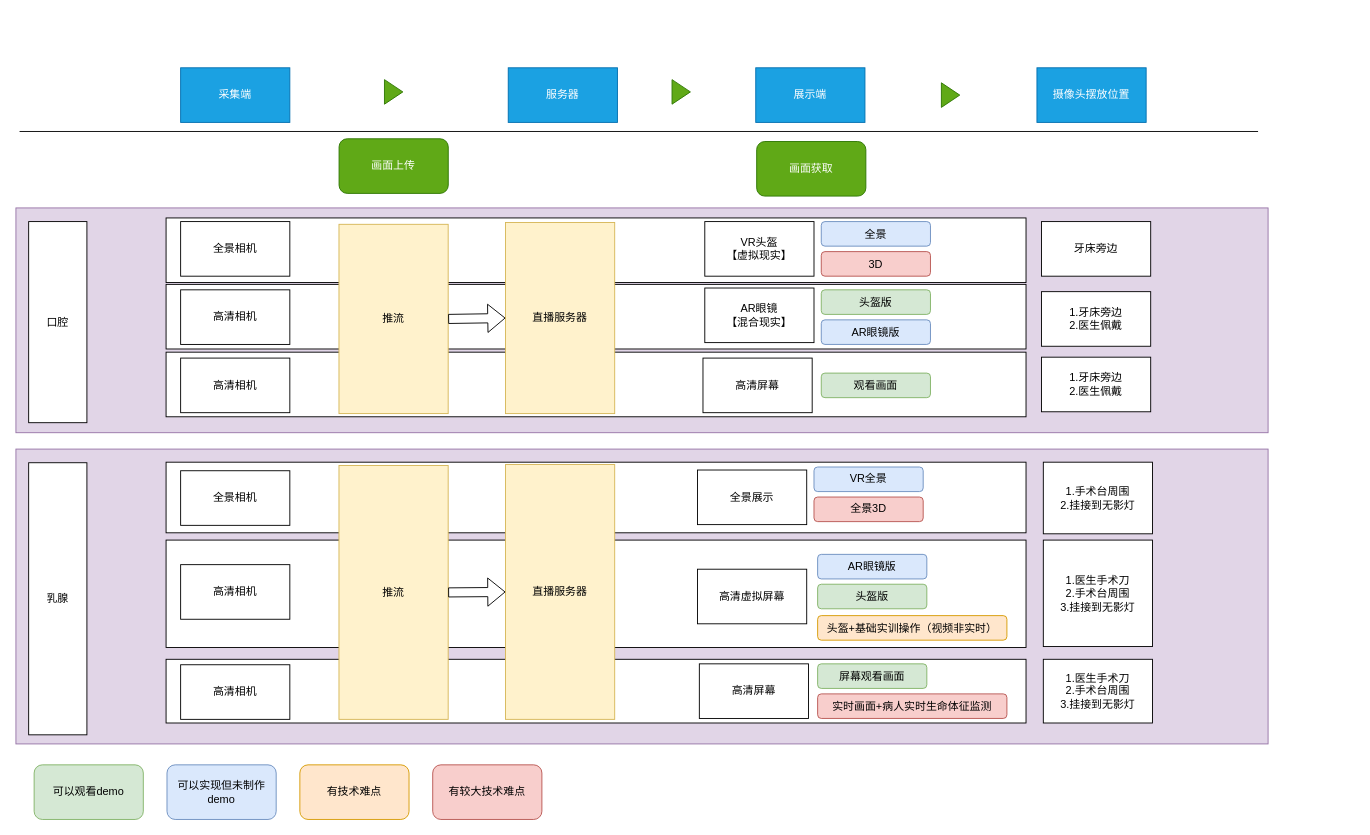
This is 未命名绘图.drawio from 15140252710/OneGithubProject, a draw.io file, before an edit. Source tidied: cells renumbered, new cells numbered last; positions are measured from the earlier drawing's top-left corner, leaving out a move shared by most shapes. Both pictures are drawn from the tidied source at 91%, with x=0, y=0 at pixel (15, 67).
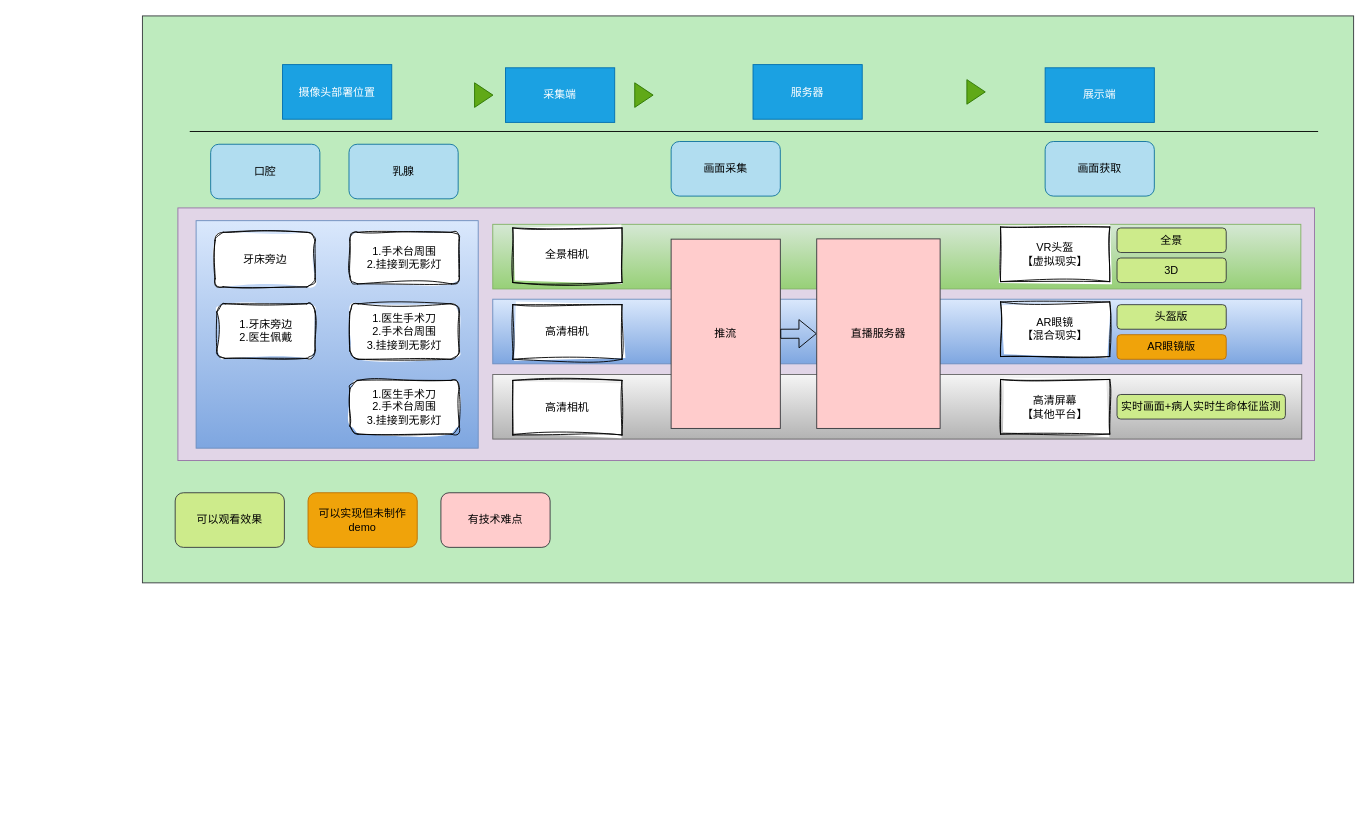
After the change.

Commit message:
更新未命名绘图.drawio

The edit, as a diff of the source:
```diff
@@
+    <mxCell id="62" style="whiteSpace=wrap;html=1;fillColor=#BEEBBE;strokeColor=#36393d;" parent="1" vertex="1">
+      <mxGeometry x="139" y="-57" width="1331" height="623" as="geometry" />
+    </mxCell>
     <mxCell id="2" value="采集端" style="rounded=0;whiteSpace=wrap;html=1;fillColor=#1ba1e2;fontColor=#ffffff;strokeColor=#006EAF;" parent="1" vertex="1">
-      <mxGeometry x="181" width="120" height="60" as="geometry" />
+      <mxGeometry x="538" width="120" height="60" as="geometry" />
     </mxCell>
     <mxCell id="3" value="服务器" style="rounded=0;whiteSpace=wrap;html=1;fillColor=#1ba1e2;fontColor=#ffffff;strokeColor=#006EAF;" parent="1" vertex="1">
-      <mxGeometry x="541" width="120" height="60" as="geometry" />
+      <mxGeometry x="810" y="-3.5" width="120" height="60" as="geometry" />
     </mxCell>
     <mxCell id="4" value="展示端" style="rounded=0;whiteSpace=wrap;html=1;fillColor=#1ba1e2;fontColor=#ffffff;strokeColor=#006EAF;" parent="1" vertex="1">
-      <mxGeometry x="813" width="120" height="60" as="geometry" />
+      <mxGeometry x="1131" width="120" height="60" as="geometry" />
     </mxCell>
-    <mxCell id="5" value="摄像头摆放位置" style="rounded=0;whiteSpace=wrap;html=1;fillColor=#1ba1e2;fontColor=#ffffff;strokeColor=#006EAF;" parent="1" vertex="1">
-      <mxGeometry x="1122" width="120" height="60" as="geometry" />
+    <mxCell id="5" value="摄像头部署位置" style="rounded=0;whiteSpace=wrap;html=1;fillColor=#1ba1e2;fontColor=#ffffff;strokeColor=#006EAF;" parent="1" vertex="1">
+      <mxGeometry x="293" y="-3.5" width="120" height="60" as="geometry" />
     </mxCell>
     <mxCell id="6" style="rounded=0;whiteSpace=wrap;html=1;fillColor=#e1d5e7;strokeColor=#9673a6;" parent="1" vertex="1">
-      <mxGeometry y="154" width="1376" height="247" as="geometry" />
+      <mxGeometry x="178" y="154" width="1249" height="277.6" as="geometry" />
     </mxCell>
-    <mxCell id="7" value="牙床旁边" style="rounded=0;whiteSpace=wrap;html=1;" parent="6" vertex="1">
-      <mxGeometry x="1127" y="15" width="120" height="60" as="geometry" />
-    </mxCell>
-    <mxCell id="8" value="1.牙床旁边&lt;br&gt;2.医生佩戴" style="rounded=0;whiteSpace=wrap;html=1;" parent="6" vertex="1">
-      <mxGeometry x="1127" y="92" width="120" height="60" as="geometry" />
-    </mxCell>
-    <mxCell id="9" value="1.牙床旁边&lt;br&gt;2.医生佩戴" style="rounded=0;whiteSpace=wrap;html=1;" parent="6" vertex="1">
-      <mxGeometry x="1127" y="164" width="120" height="60" as="geometry" />
-    </mxCell>
+    <mxCell id="12" style="rounded=0;whiteSpace=wrap;html=1;fillColor=#f5f5f5;gradientColor=#b3b3b3;strokeColor=#666666;" parent="1" vertex="1">
+      <mxGeometry x="524" y="337" width="889" height="71" as="geometry" />
+    </mxCell>
+    <mxCell id="11" style="rounded=0;whiteSpace=wrap;html=1;shadow=0;fillColor=#dae8fc;gradientColor=#7ea6e0;strokeColor=#6c8ebf;" parent="1" vertex="1">
+      <mxGeometry x="524" y="254.3" width="889" height="71" as="geometry" />
+    </mxCell>
-    <mxCell id="10" style="rounded=0;whiteSpace=wrap;html=1;" parent="6" vertex="1">
-      <mxGeometry x="165" y="11" width="945" height="71" as="geometry" />
+    <mxCell id="10" style="rounded=0;whiteSpace=wrap;html=1;fillColor=#d5e8d4;strokeColor=#82b366;gradientColor=#97d077;" parent="1" vertex="1">
+      <mxGeometry x="524" y="172" width="888" height="71" as="geometry" />
     </mxCell>
-    <mxCell id="11" style="rounded=0;whiteSpace=wrap;html=1;" parent="6" vertex="1">
-      <mxGeometry x="165" y="84" width="945" height="71" as="geometry" />
-    </mxCell>
-    <mxCell id="12" style="rounded=0;whiteSpace=wrap;html=1;" parent="6" vertex="1">
-      <mxGeometry x="165" y="158.5" width="945" height="71" as="geometry" />
-    </mxCell>
-    <mxCell id="13" value="直播服务器" style="rounded=0;whiteSpace=wrap;html=1;fillColor=#fff2cc;strokeColor=#d6b656;" parent="6" vertex="1">
-      <mxGeometry x="538" y="16" width="120" height="210" as="geometry" />
-    </mxCell>
-    <mxCell id="14" value="口腔" style="rounded=0;whiteSpace=wrap;html=1;" parent="1" vertex="1">
-      <mxGeometry x="14" y="169" width="64" height="221" as="geometry" />
-    </mxCell>
-    <mxCell id="15" value="画面上传" style="rounded=1;whiteSpace=wrap;html=1;fillColor=#60a917;fontColor=#ffffff;strokeColor=#2D7600;" parent="1" vertex="1">
-      <mxGeometry x="355.1" y="78" width="120" height="60" as="geometry" />
+    <mxCell id="15" value="画面采集" style="rounded=1;whiteSpace=wrap;html=1;fillColor=#b1ddf0;strokeColor=#10739e;" parent="1" vertex="1">
+      <mxGeometry x="720" y="81" width="120" height="60" as="geometry" />
     </mxCell>
-    <mxCell id="16" value="画面获取" style="rounded=1;whiteSpace=wrap;html=1;fillColor=#60a917;fontColor=#ffffff;strokeColor=#2D7600;" parent="1" vertex="1">
-      <mxGeometry x="814" y="81" width="120" height="60" as="geometry" />
+    <mxCell id="16" value="画面获取" style="rounded=1;whiteSpace=wrap;html=1;fillColor=#b1ddf0;strokeColor=#10739e;" parent="1" vertex="1">
+      <mxGeometry x="1131" y="81" width="120" height="60" as="geometry" />
     </mxCell>
     <mxCell id="17" style="endArrow=none;html=1;rounded=0;" parent="1" edge="1">
       <mxGeometry relative="1" as="geometry">
-        <mxPoint x="4" y="70" as="sourcePoint" />
-        <mxPoint x="1365" y="70" as="targetPoint" />
+        <mxPoint x="191" y="70" as="sourcePoint" />
+        <mxPoint x="1431" y="70" as="targetPoint" />
       </mxGeometry>
     </mxCell>
     <mxCell id="18" style="triangle;whiteSpace=wrap;html=1;fillColor=#60a917;fontColor=#ffffff;strokeColor=#2D7600;" parent="1" vertex="1">
-      <mxGeometry x="405" y="13" width="20.2" height="27" as="geometry" />
+      <mxGeometry x="680" y="16.5" width="20.2" height="27" as="geometry" />
     </mxCell>
     <mxCell id="19" style="triangle;whiteSpace=wrap;html=1;fillColor=#60a917;fontColor=#ffffff;strokeColor=#2D7600;" parent="1" vertex="1">
-      <mxGeometry x="721" y="13" width="20.2" height="27" as="geometry" />
+      <mxGeometry x="1045" y="13" width="20.2" height="27" as="geometry" />
     </mxCell>
     <mxCell id="20" style="triangle;whiteSpace=wrap;html=1;fillColor=#60a917;fontColor=#ffffff;strokeColor=#2D7600;" parent="1" vertex="1">
-      <mxGeometry x="1017" y="16.5" width="20.2" height="27" as="geometry" />
+      <mxGeometry x="504" y="16.5" width="20.2" height="27" as="geometry" />
     </mxCell>
-    <mxCell id="21" value="全景相机" style="rounded=0;whiteSpace=wrap;html=1;" parent="1" vertex="1">
-      <mxGeometry x="181" y="169" width="120" height="60" as="geometry" />
+    <mxCell id="21" value="全景相机" style="rounded=0;whiteSpace=wrap;html=1;sketch=1;curveFitting=1;jiggle=2;" parent="1" vertex="1">
+      <mxGeometry x="546" y="176" width="120" height="60" as="geometry" />
     </mxCell>
-    <mxCell id="22" value="高清相机" style="rounded=0;whiteSpace=wrap;html=1;" parent="1" vertex="1">
-      <mxGeometry x="181" y="244" width="120" height="60" as="geometry" />
+    <mxCell id="22" value="高清相机" style="rounded=0;whiteSpace=wrap;html=1;sketch=1;curveFitting=1;jiggle=2;" parent="1" vertex="1">
+      <mxGeometry x="546" y="260.3" width="120" height="60" as="geometry" />
     </mxCell>
-    <mxCell id="23" value="高清相机" style="rounded=0;whiteSpace=wrap;html=1;" parent="1" vertex="1">
-      <mxGeometry x="181" y="319" width="120" height="60" as="geometry" />
+    <mxCell id="23" value="高清相机" style="rounded=0;whiteSpace=wrap;html=1;sketch=1;curveFitting=1;jiggle=2;" parent="1" vertex="1">
+      <mxGeometry x="546" y="343.5" width="120" height="60" as="geometry" />
     </mxCell>
-    <mxCell id="24" value="推流" style="rounded=0;whiteSpace=wrap;html=1;fillColor=#fff2cc;strokeColor=#d6b656;" parent="1" vertex="1">
-      <mxGeometry x="355" y="172" width="120" height="208" as="geometry" />
+    <mxCell id="24" value="推流" style="rounded=0;whiteSpace=wrap;html=1;fillColor=#ffcccc;strokeColor=#36393d;" parent="1" vertex="1">
+      <mxGeometry x="720" y="188.3" width="120" height="208" as="geometry" />
     </mxCell>
@@
-    <mxCell id="26" value="VR头盔&lt;br&gt;【虚拟现实】" style="rounded=0;whiteSpace=wrap;html=1;" parent="1" vertex="1">
-      <mxGeometry x="757" y="169" width="120" height="60" as="geometry" />
-    </mxCell>
-    <mxCell id="27" value="全景" style="rounded=1;whiteSpace=wrap;html=1;fillColor=#dae8fc;strokeColor=#6c8ebf;" parent="1" vertex="1">
-      <mxGeometry x="885" y="169" width="120" height="27" as="geometry" />
+    <mxCell id="27" value="全景" style="rounded=1;whiteSpace=wrap;html=1;fillColor=#cdeb8b;strokeColor=#36393d;" parent="1" vertex="1">
+      <mxGeometry x="1210" y="176" width="120" height="27" as="geometry" />
     </mxCell>
-    <mxCell id="28" value="3D" style="rounded=1;whiteSpace=wrap;html=1;fillColor=#f8cecc;strokeColor=#b85450;" parent="1" vertex="1">
-      <mxGeometry x="885" y="202" width="120" height="27" as="geometry" />
+    <mxCell id="28" value="3D" style="rounded=1;whiteSpace=wrap;html=1;fillColor=#cdeb8b;strokeColor=#36393d;" parent="1" vertex="1">
+      <mxGeometry x="1210" y="209" width="120" height="27" as="geometry" />
     </mxCell>
-    <mxCell id="29" value="AR眼镜&lt;br&gt;【混合现实】" style="rounded=0;whiteSpace=wrap;html=1;" parent="1" vertex="1">
-      <mxGeometry x="757" y="242" width="120" height="60" as="geometry" />
-    </mxCell>
-    <mxCell id="30" value="头盔版" style="rounded=1;whiteSpace=wrap;html=1;fillColor=#d5e8d4;strokeColor=#82b366;" parent="1" vertex="1">
-      <mxGeometry x="885" y="244" width="120" height="27" as="geometry" />
+    <mxCell id="30" value="头盔版" style="rounded=1;whiteSpace=wrap;html=1;fillColor=#cdeb8b;strokeColor=#36393d;" parent="1" vertex="1">
+      <mxGeometry x="1210" y="260.3" width="120" height="27" as="geometry" />
     </mxCell>
-    <mxCell id="31" value="AR眼镜版" style="rounded=1;whiteSpace=wrap;html=1;fillColor=#dae8fc;strokeColor=#6c8ebf;" parent="1" vertex="1">
-      <mxGeometry x="885" y="277" width="120" height="27" as="geometry" />
+    <mxCell id="31" value="AR眼镜版" style="rounded=1;whiteSpace=wrap;html=1;fillColor=#f0a30a;strokeColor=#BD7000;fontColor=#000000;" parent="1" vertex="1">
+      <mxGeometry x="1210" y="293.3" width="120" height="27" as="geometry" />
     </mxCell>
-    <mxCell id="32" value="高清屏幕" style="rounded=0;whiteSpace=wrap;html=1;" parent="1" vertex="1">
-      <mxGeometry x="755" y="319" width="120" height="60" as="geometry" />
-    </mxCell>
-    <mxCell id="33" value="观看画面" style="rounded=1;whiteSpace=wrap;html=1;fillColor=#d5e8d4;strokeColor=#82b366;" parent="1" vertex="1">
-      <mxGeometry x="885" y="335.5" width="120" height="27" as="geometry" />
-    </mxCell>
-    <mxCell id="34" style="rounded=0;whiteSpace=wrap;html=1;fillColor=#e1d5e7;strokeColor=#9673a6;" parent="1" vertex="1">
-      <mxGeometry y="419" width="1376" height="324" as="geometry" />
-    </mxCell>
-    <mxCell id="35" value="1.手术台周围&lt;br&gt;2.挂接到无影灯" style="rounded=0;whiteSpace=wrap;html=1;" parent="34" vertex="1">
-      <mxGeometry x="1129" y="14.4" width="120" height="78.7" as="geometry" />
-    </mxCell>
-    <mxCell id="36" value="1.医生手术刀&lt;br&gt;2.手术台周围&lt;br&gt;3.挂接到无影灯" style="rounded=0;whiteSpace=wrap;html=1;" parent="34" vertex="1">
-      <mxGeometry x="1129" y="100" width="120" height="117" as="geometry" />
-    </mxCell>
-    <mxCell id="37" style="rounded=0;whiteSpace=wrap;html=1;" parent="34" vertex="1">
-      <mxGeometry x="165" y="14.4" width="945" height="77.6" as="geometry" />
-    </mxCell>
-    <mxCell id="38" style="rounded=0;whiteSpace=wrap;html=1;" parent="34" vertex="1">
-      <mxGeometry x="165" y="100" width="945" height="118" as="geometry" />
-    </mxCell>
-    <mxCell id="39" style="rounded=0;whiteSpace=wrap;html=1;" parent="34" vertex="1">
-      <mxGeometry x="165" y="231" width="945" height="70" as="geometry" />
-    </mxCell>
-    <mxCell id="40" value="直播服务器" style="rounded=0;whiteSpace=wrap;html=1;fillColor=#fff2cc;strokeColor=#d6b656;" parent="34" vertex="1">
-      <mxGeometry x="538" y="17" width="120" height="280" as="geometry" />
-    </mxCell>
-    <mxCell id="41" value="高清相机" style="rounded=0;whiteSpace=wrap;html=1;" parent="34" vertex="1">
-      <mxGeometry x="181" y="237" width="120" height="60" as="geometry" />
-    </mxCell>
-    <mxCell id="42" value="高清屏幕" style="rounded=0;whiteSpace=wrap;html=1;" parent="34" vertex="1">
-      <mxGeometry x="751" y="236" width="120" height="60" as="geometry" />
-    </mxCell>
-    <mxCell id="43" value="屏幕观看画面" style="rounded=1;whiteSpace=wrap;html=1;fillColor=#d5e8d4;strokeColor=#82b366;" parent="34" vertex="1">
-      <mxGeometry x="881" y="236" width="120" height="27" as="geometry" />
-    </mxCell>
-    <mxCell id="44" value="高清相机" style="rounded=0;whiteSpace=wrap;html=1;" parent="34" vertex="1">
-      <mxGeometry x="181" y="127" width="120" height="60" as="geometry" />
-    </mxCell>
-    <mxCell id="45" value="高清虚拟屏幕" style="rounded=0;whiteSpace=wrap;html=1;" parent="34" vertex="1">
-      <mxGeometry x="749" y="132" width="120" height="60" as="geometry" />
-    </mxCell>
-    <mxCell id="46" value="头盔版" style="rounded=1;whiteSpace=wrap;html=1;fillColor=#d5e8d4;strokeColor=#82b366;" parent="34" vertex="1">
-      <mxGeometry x="881" y="148.5" width="120" height="27" as="geometry" />
-    </mxCell>
-    <mxCell id="47" value="AR眼镜版" style="rounded=1;whiteSpace=wrap;html=1;fillColor=#dae8fc;strokeColor=#6c8ebf;" parent="34" vertex="1">
-      <mxGeometry x="881" y="115.7" width="120" height="27" as="geometry" />
-    </mxCell>
-    <mxCell id="48" value="1.医生手术刀&lt;br&gt;2.手术台周围&lt;br&gt;3.挂接到无影灯" style="rounded=0;whiteSpace=wrap;html=1;" parent="34" vertex="1">
-      <mxGeometry x="1129" y="231" width="120" height="70" as="geometry" />
-    </mxCell>
-    <mxCell id="49" value="全景展示" style="rounded=0;whiteSpace=wrap;html=1;" parent="34" vertex="1">
-      <mxGeometry x="749" y="23" width="120" height="60" as="geometry" />
-    </mxCell>
-    <mxCell id="50" value="全景3D" style="rounded=1;whiteSpace=wrap;html=1;fillColor=#f8cecc;strokeColor=#b85450;" parent="34" vertex="1">
-      <mxGeometry x="877" y="52.7" width="120" height="27" as="geometry" />
-    </mxCell>
-    <mxCell id="51" value="VR全景" style="rounded=1;whiteSpace=wrap;html=1;fillColor=#dae8fc;strokeColor=#6c8ebf;" parent="34" vertex="1">
-      <mxGeometry x="877" y="19.7" width="120" height="27" as="geometry" />
-    </mxCell>
-    <mxCell id="52" value="全景相机" style="rounded=0;whiteSpace=wrap;html=1;" parent="34" vertex="1">
-      <mxGeometry x="181" y="23.8" width="120" height="60" as="geometry" />
-    </mxCell>
-    <mxCell id="53" value="头盔+基础实训操作（视频非实时）" style="rounded=1;whiteSpace=wrap;html=1;fillColor=#ffe6cc;strokeColor=#d79b00;" parent="34" vertex="1">
-      <mxGeometry x="881" y="183" width="208" height="27" as="geometry" />
-    </mxCell>
-    <mxCell id="54" value="实时画面+病人实时生命体征监测" style="rounded=1;whiteSpace=wrap;html=1;fillColor=#f8cecc;strokeColor=#b85450;" parent="34" vertex="1">
-      <mxGeometry x="881" y="269" width="208" height="27" as="geometry" />
-    </mxCell>
-    <mxCell id="55" value="乳腺" style="rounded=0;whiteSpace=wrap;html=1;" parent="1" vertex="1">
-      <mxGeometry x="14" y="434" width="64" height="299" as="geometry" />
-    </mxCell>
-    <mxCell id="56" value="推流" style="rounded=0;whiteSpace=wrap;html=1;fillColor=#fff2cc;strokeColor=#d6b656;" parent="1" vertex="1">
-      <mxGeometry x="355" y="437" width="120" height="279" as="geometry" />
-    </mxCell>
-    <mxCell id="57" style="shape=flexArrow;endArrow=classic;html=1;rounded=0;exitX=1;exitY=0.5;exitDx=0;exitDy=0;entryX=0;entryY=0.5;entryDx=0;entryDy=0;" parent="1" edge="1" source="56" target="40">
-      <mxGeometry relative="1" as="geometry" />
-    </mxCell>
-    <mxCell id="58" value="可以观看demo" style="rounded=1;whiteSpace=wrap;html=1;fillColor=#d5e8d4;strokeColor=#82b366;" parent="1" vertex="1">
-      <mxGeometry x="20" y="766" width="120" height="60" as="geometry" />
+    <mxCell id="58" value="可以观看效果" style="rounded=1;whiteSpace=wrap;html=1;fillColor=#cdeb8b;strokeColor=#36393d;" parent="1" vertex="1">
+      <mxGeometry x="175" y="467" width="120" height="60" as="geometry" />
     </mxCell>
-    <mxCell id="59" value="可以实现但未制作demo" style="rounded=1;whiteSpace=wrap;html=1;fillColor=#dae8fc;strokeColor=#6c8ebf;" parent="1" vertex="1">
-      <mxGeometry x="166" y="766" width="120" height="60" as="geometry" />
+    <mxCell id="59" value="可以实现但未制作demo" style="rounded=1;whiteSpace=wrap;html=1;fillColor=#f0a30a;strokeColor=#BD7000;fontColor=#000000;" parent="1" vertex="1">
+      <mxGeometry x="321" y="467" width="120" height="60" as="geometry" />
     </mxCell>
-    <mxCell id="60" value="有技术难点" style="rounded=1;whiteSpace=wrap;html=1;fillColor=#ffe6cc;strokeColor=#d79b00;" parent="1" vertex="1">
-      <mxGeometry x="312" y="766" width="120" height="60" as="geometry" />
+    <mxCell id="60" value="有技术难点" style="rounded=1;whiteSpace=wrap;html=1;fillColor=#ffcccc;strokeColor=#36393d;" parent="1" vertex="1">
+      <mxGeometry x="467" y="467" width="120" height="60" as="geometry" />
     </mxCell>
-    <mxCell id="61" value="有较大技术难点" style="rounded=1;whiteSpace=wrap;html=1;fillColor=#f8cecc;strokeColor=#b85450;" parent="1" vertex="1">
-      <mxGeometry x="458" y="766" width="120" height="60" as="geometry" />
-    </mxCell>
+    <mxCell id="14" value="口腔" style="rounded=1;whiteSpace=wrap;html=1;fillColor=#b1ddf0;strokeColor=#10739e;" parent="1" vertex="1">
+      <mxGeometry x="214" y="84" width="120" height="60" as="geometry" />
+    </mxCell>
+    <mxCell id="55" value="乳腺" style="rounded=1;whiteSpace=wrap;html=1;fillColor=#b1ddf0;strokeColor=#10739e;" parent="1" vertex="1">
+      <mxGeometry x="366" y="84" width="120" height="60" as="geometry" />
+    </mxCell>
+    <mxCell id="29" value="AR眼镜&lt;br&gt;【混合现实】" style="rounded=0;whiteSpace=wrap;html=1;sketch=1;curveFitting=1;jiggle=2;" parent="1" vertex="1">
+      <mxGeometry x="1082" y="257.3" width="120" height="60" as="geometry" />
+    </mxCell>
+    <mxCell id="26" value="VR头盔&lt;br&gt;【虚拟现实】" style="rounded=0;whiteSpace=wrap;html=1;sketch=1;curveFitting=1;jiggle=2;" parent="1" vertex="1">
+      <mxGeometry x="1082" y="175" width="120" height="60" as="geometry" />
+    </mxCell>
+    <mxCell id="63" style="group;fillColor=#dae8fc;strokeColor=#6c8ebf;shadow=0;rounded=0;glass=0;gradientColor=#7ea6e0;" parent="1" vertex="1">
+      <mxGeometry x="198" y="168" width="310" height="250" as="geometry" />
+    </mxCell>
+    <mxCell id="7" value="牙床旁边" style="rounded=1;whiteSpace=wrap;html=1;shadow=0;sketch=1;curveFitting=1;jiggle=2;" parent="63" vertex="1">
+      <mxGeometry x="20.8" y="12.8" width="110" height="60" as="geometry" />
+    </mxCell>
+    <mxCell id="8" value="1.牙床旁边&lt;br&gt;2.医生佩戴" style="rounded=1;whiteSpace=wrap;html=1;shadow=0;sketch=1;curveFitting=1;jiggle=2;" parent="63" vertex="1">
+      <mxGeometry x="22.8" y="91.3" width="108" height="60" as="geometry" />
+    </mxCell>
+    <mxCell id="35" value="1.手术台周围&lt;br&gt;2.挂接到无影灯" style="rounded=1;whiteSpace=wrap;html=1;imageAspect=1;shadow=0;glass=0;sketch=1;curveFitting=1;jiggle=2;" parent="63" vertex="1">
+      <mxGeometry x="169" y="12.8" width="120.1" height="56.7" as="geometry" />
+    </mxCell>
+    <mxCell id="36" value="1.医生手术刀&lt;br&gt;2.手术台周围&lt;br&gt;3.挂接到无影灯" style="rounded=1;whiteSpace=wrap;html=1;shadow=0;sketch=1;curveFitting=1;jiggle=2;" parent="63" vertex="1">
+      <mxGeometry x="169" y="91.3" width="120.1" height="61" as="geometry" />
+    </mxCell>
+    <mxCell id="48" value="1.医生手术刀&lt;br&gt;2.手术台周围&lt;br&gt;3.挂接到无影灯" style="rounded=1;whiteSpace=wrap;html=1;shadow=0;sketch=1;curveFitting=1;jiggle=2;" parent="63" vertex="1">
+      <mxGeometry x="169" y="175.5" width="120.1" height="59" as="geometry" />
+    </mxCell>
+    <mxCell id="13" value="直播服务器" style="rounded=0;whiteSpace=wrap;html=1;fillColor=#ffcccc;strokeColor=#36393d;" parent="1" vertex="1">
+      <mxGeometry x="880" y="188" width="135.6" height="208.3" as="geometry" />
+    </mxCell>
+    <mxCell id="64" value="高清屏幕&lt;br&gt;【其他平台】" style="rounded=0;whiteSpace=wrap;html=1;sketch=1;curveFitting=1;jiggle=2;" parent="1" vertex="1">
+      <mxGeometry x="1082" y="342.5" width="120" height="60" as="geometry" />
+    </mxCell>
+    <mxCell id="54" value="实时画面+病人实时生命体征监测" style="rounded=1;whiteSpace=wrap;html=1;fillColor=#cdeb8b;strokeColor=#36393d;" parent="1" vertex="1">
+      <mxGeometry x="1210" y="359" width="185" height="27" as="geometry" />
+    </mxCell>
```
